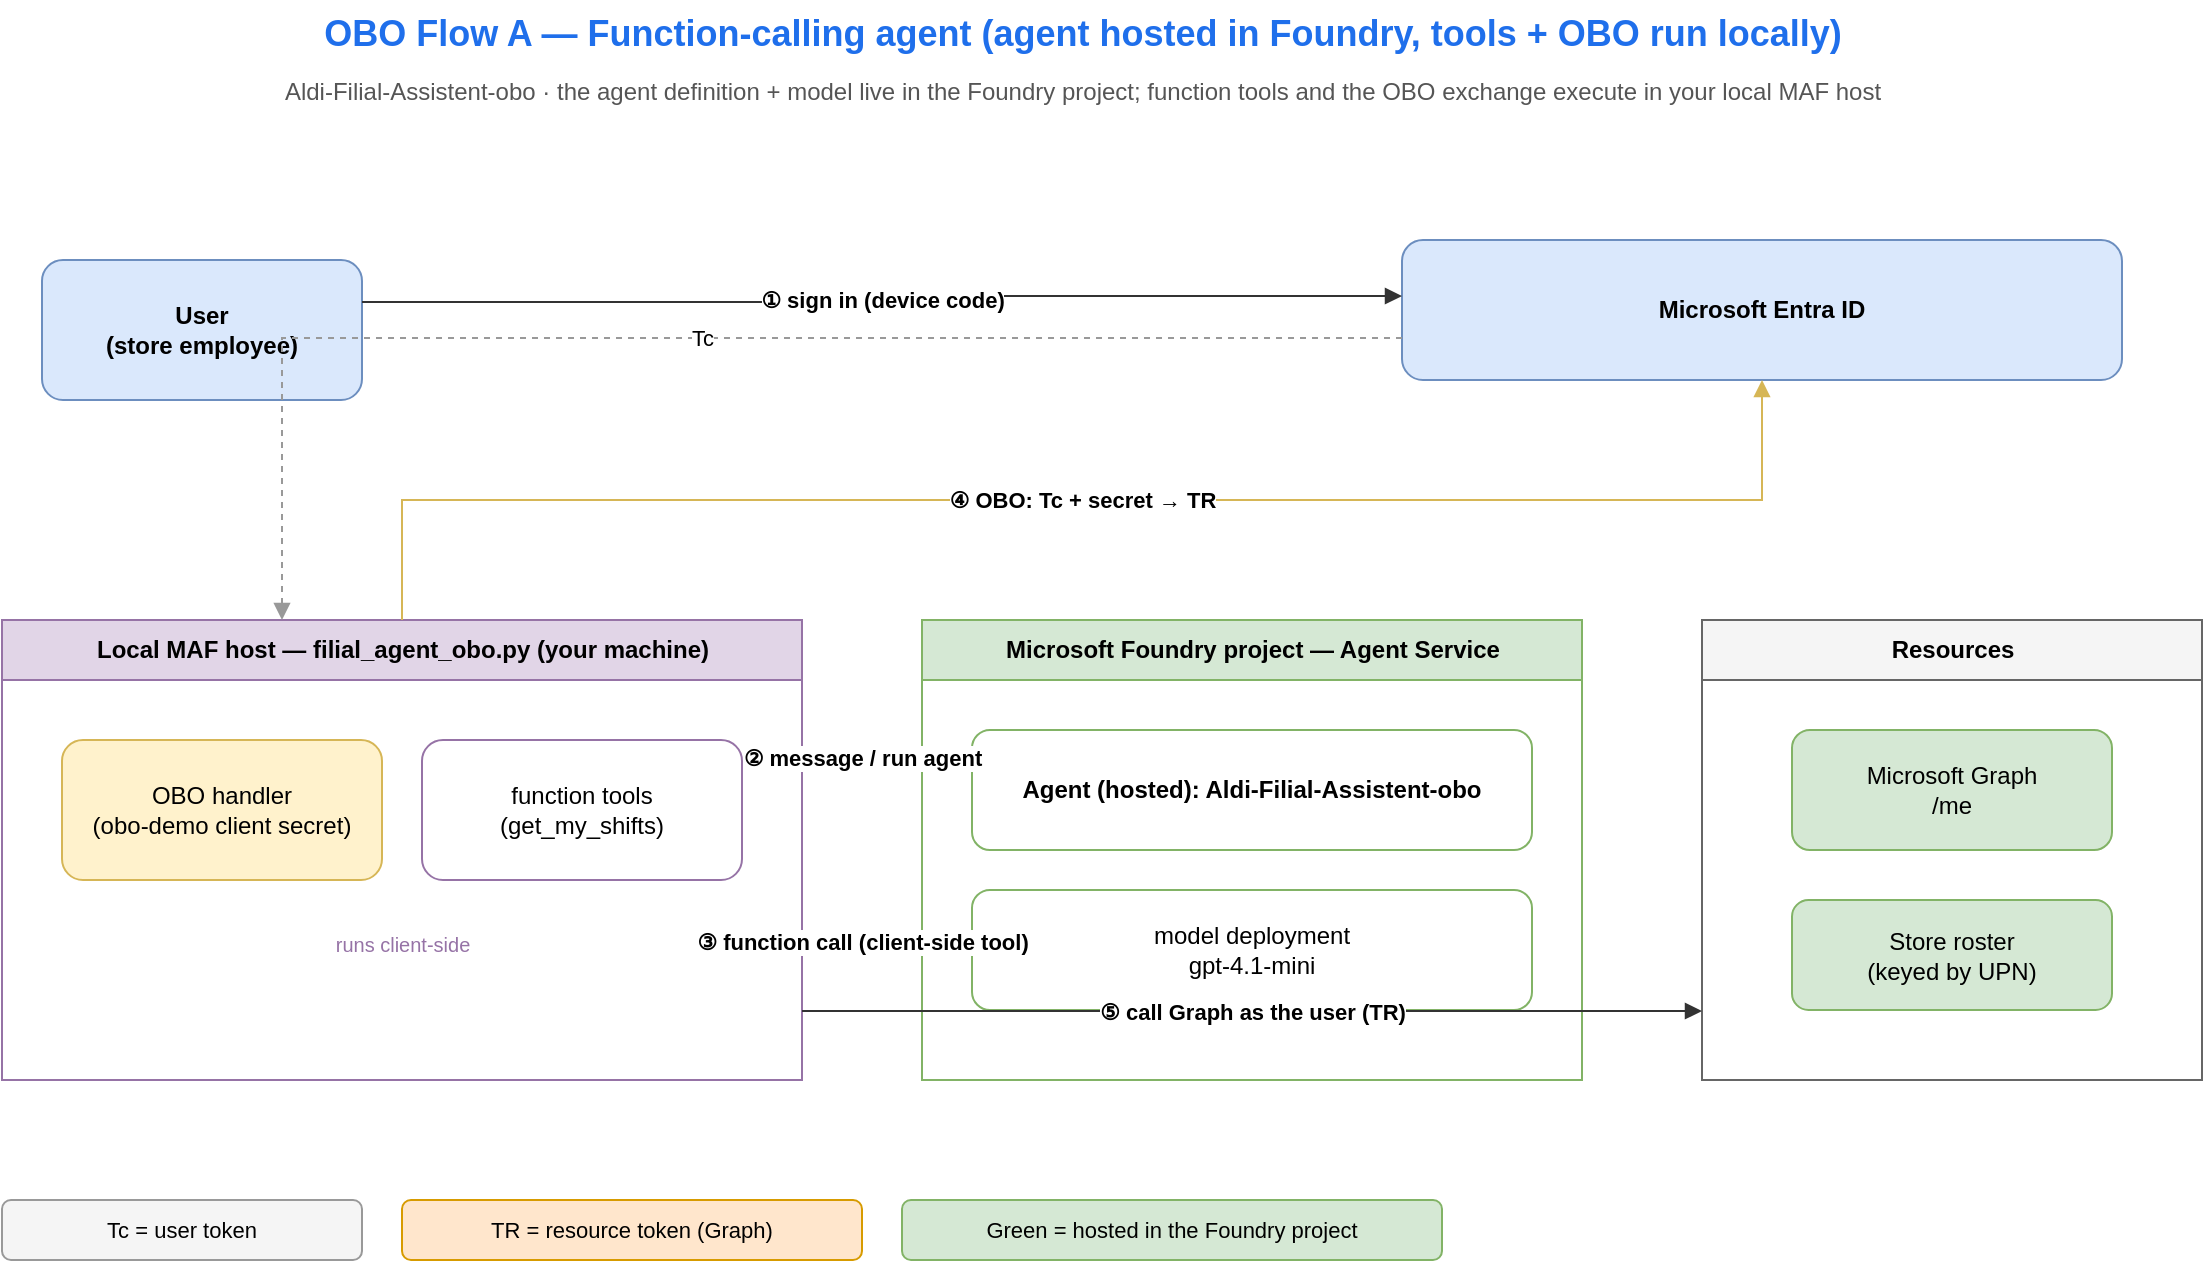
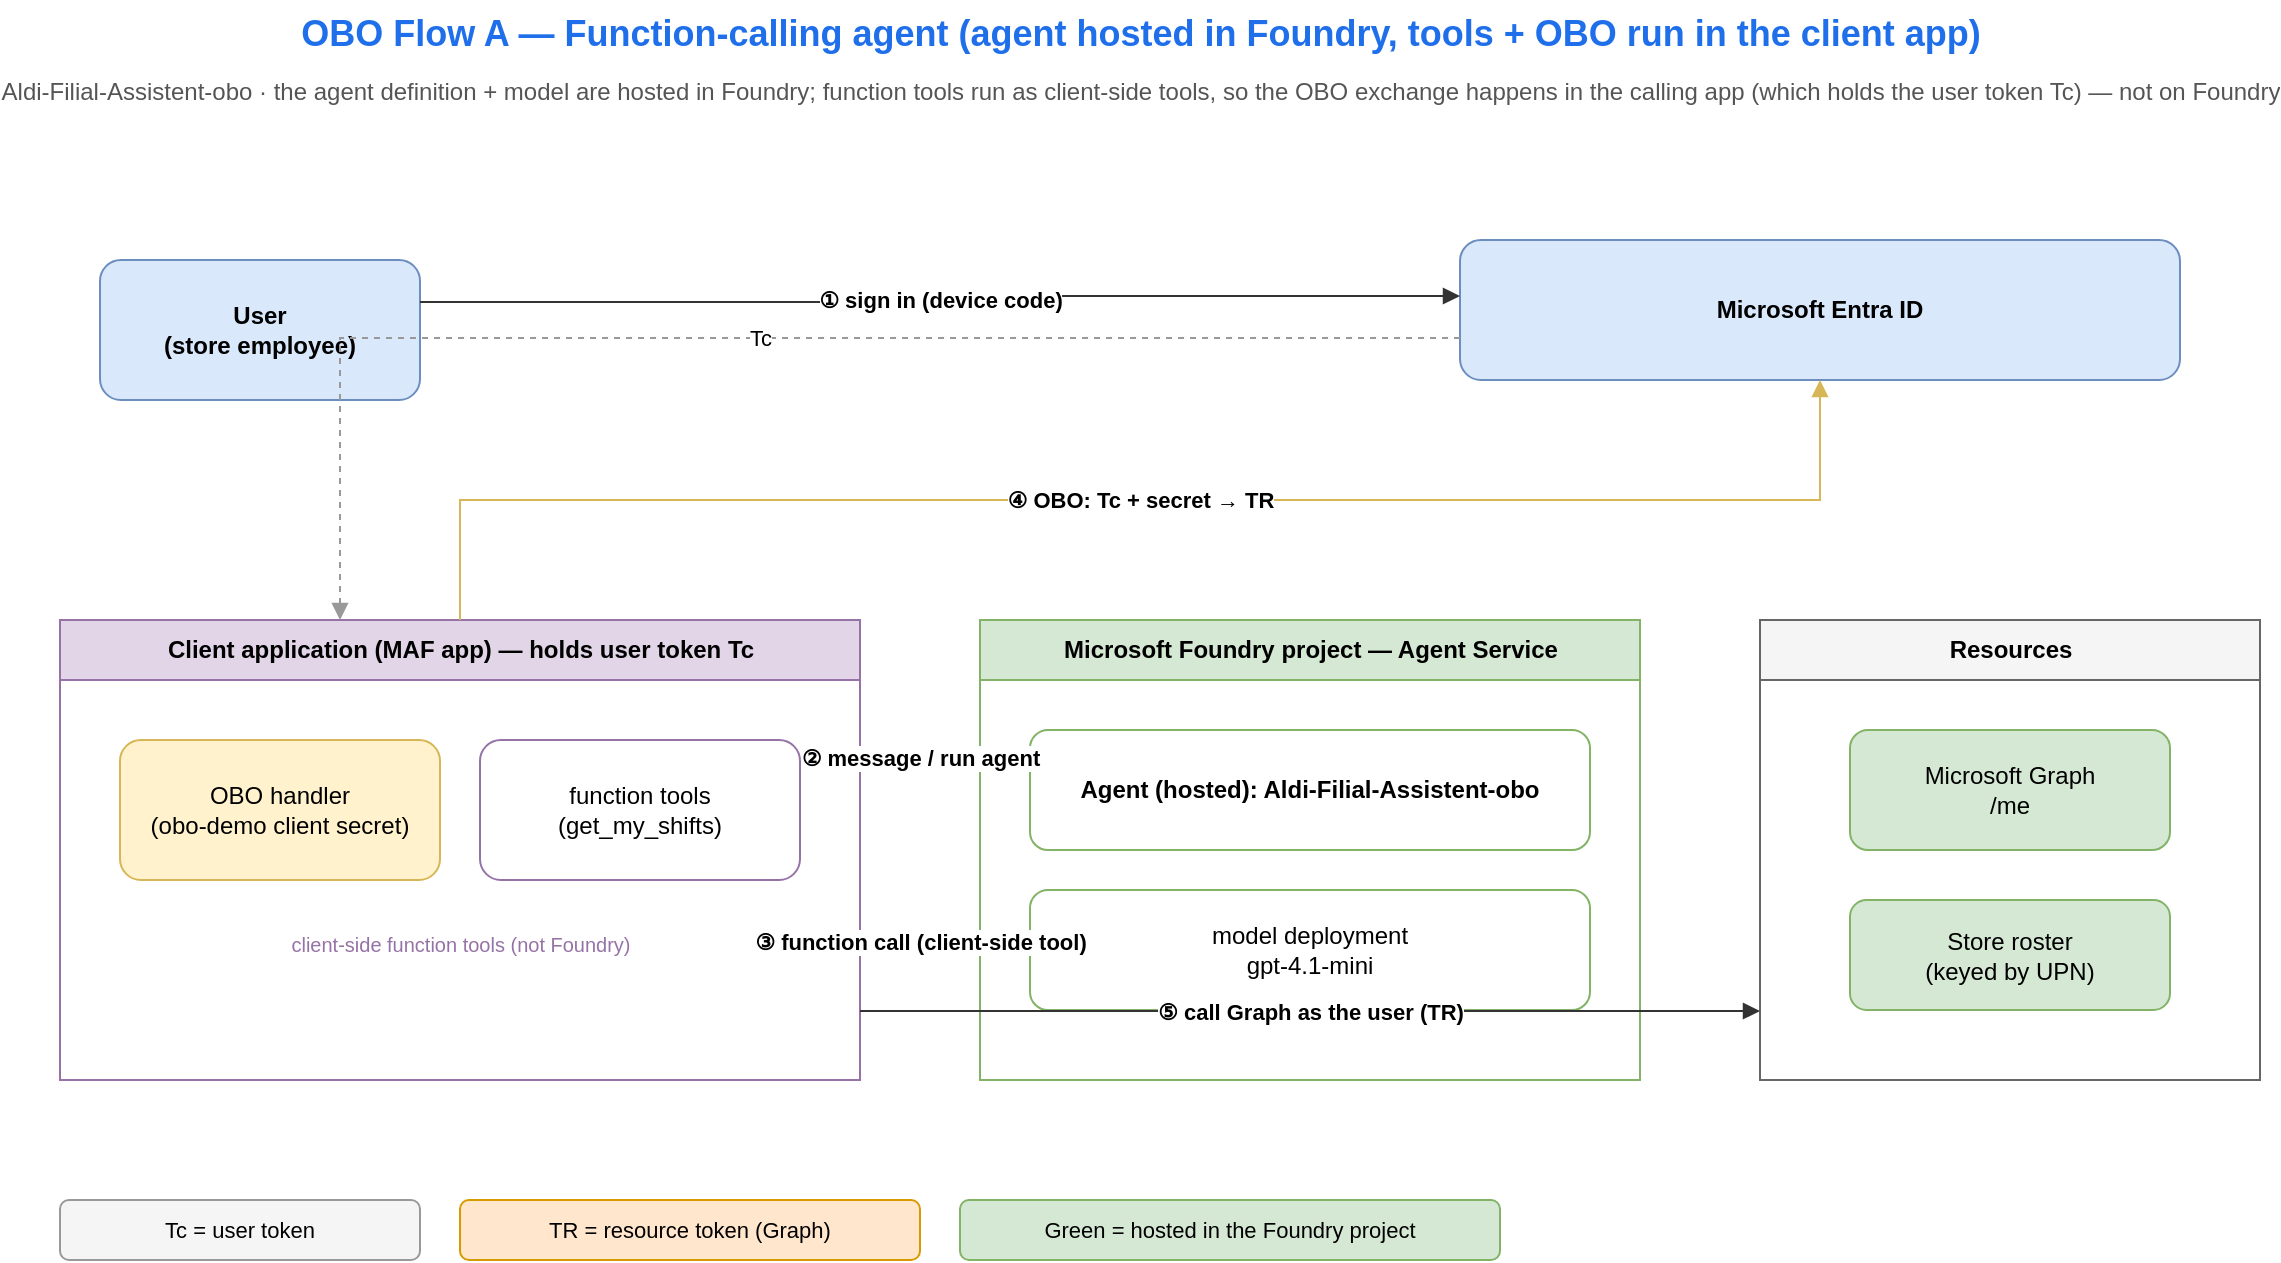
<mxfile host="Electron" version="26.0.0">
  <diagram id="flow-a" name="A - Function-calling OBO">
    <mxGraphModel dx="1422" dy="762" grid="1" gridSize="10" guides="1" tooltips="1" connect="1" arrows="1" fold="1" page="1" pageScale="1" pageWidth="1200" pageHeight="800" math="0" shadow="0">
      <root>
        <mxCell id="0" />
        <mxCell id="1" parent="0" />
-         <mxCell id="a_title" value="OBO Flow A &#8212; Function-calling agent (agent hosted in Foundry, tools + OBO run locally)" style="text;html=1;strokeColor=none;fillColor=none;align=center;fontSize=18;fontStyle=1;fontColor=#1f6feb;" vertex="1" parent="1">
+         <mxCell id="a_title" value="OBO Flow A &#8212; Function-calling agent (agent hosted in Foundry, tools + OBO run in the client app)" style="text;html=1;strokeColor=none;fillColor=none;align=center;fontSize=18;fontStyle=1;fontColor=#1f6feb;" vertex="1" parent="1">
          <mxGeometry x="120" y="20" width="960" height="30" as="geometry" />
        </mxCell>
-         <mxCell id="a_sub" value="Aldi-Filial-Assistent-obo &#183; the agent definition + model live in the Foundry project; function tools and the OBO exchange execute in your local MAF host" style="text;html=1;strokeColor=none;fillColor=none;align=center;fontSize=12;fontColor=#555555;" vertex="1" parent="1">
-           <mxGeometry x="120" y="52" width="960" height="24" as="geometry" />
+         <mxCell id="a_sub" value="Aldi-Filial-Assistent-obo &#183; the agent definition + model are hosted in Foundry; function tools run as client-side tools, so the OBO exchange happens in the calling app (which holds the user token Tc) &#8212; not on Foundry" style="text;html=1;strokeColor=none;fillColor=none;align=center;fontSize=12;fontColor=#555555;" vertex="1" parent="1">
+           <mxGeometry x="100" y="52" width="1000" height="24" as="geometry" />
        </mxCell>
        <mxCell id="a_user" value="User&#10;(store employee)" style="rounded=1;whiteSpace=wrap;html=1;fillColor=#dae8fc;strokeColor=#6c8ebf;fontStyle=1;" vertex="1" parent="1">
          <mxGeometry x="80" y="150" width="160" height="70" as="geometry" />
        </mxCell>
        <mxCell id="a_entra" value="Microsoft Entra ID" style="rounded=1;whiteSpace=wrap;html=1;fillColor=#dae8fc;strokeColor=#6c8ebf;fontStyle=1;" vertex="1" parent="1">
          <mxGeometry x="760" y="140" width="360" height="70" as="geometry" />
        </mxCell>
-         <mxCell id="a_host" value="Local MAF host &#8212; filial_agent_obo.py (your machine)" style="swimlane;startSize=30;html=1;fillColor=#e1d5e7;strokeColor=#9673a6;fontStyle=1;" vertex="1" parent="1">
+         <mxCell id="a_host" value="Client application (MAF app) &#8212; holds user token Tc" style="swimlane;startSize=30;html=1;fillColor=#e1d5e7;strokeColor=#9673a6;fontStyle=1;" vertex="1" parent="1">
          <mxGeometry x="60" y="330" width="400" height="230" as="geometry" />
        </mxCell>
        <mxCell id="a_obo" value="OBO handler&#10;(obo-demo client secret)" style="rounded=1;whiteSpace=wrap;html=1;fillColor=#fff2cc;strokeColor=#d6b656;" vertex="1" parent="a_host">
          <mxGeometry x="30" y="60" width="160" height="70" as="geometry" />
        </mxCell>
        <mxCell id="a_tools" value="function tools&#10;(get_my_shifts)" style="rounded=1;whiteSpace=wrap;html=1;fillColor=#ffffff;strokeColor=#9673a6;" vertex="1" parent="a_host">
          <mxGeometry x="210" y="60" width="160" height="70" as="geometry" />
        </mxCell>
-         <mxCell id="a_hostnote" value="runs client-side" style="text;html=1;align=center;fontSize=10;fontColor=#9673a6;fillColor=none;strokeColor=none;" vertex="1" parent="a_host">
+         <mxCell id="a_hostnote" value="client-side function tools (not Foundry)" style="text;html=1;align=center;fontSize=10;fontColor=#9673a6;fillColor=none;strokeColor=none;" vertex="1" parent="a_host">
          <mxGeometry x="120" y="150" width="160" height="20" as="geometry" />
        </mxCell>
        <mxCell id="a_foundry" value="Microsoft Foundry project &#8212; Agent Service" style="swimlane;startSize=30;html=1;fillColor=#d5e8d4;strokeColor=#82b366;fontStyle=1;" vertex="1" parent="1">
          <mxGeometry x="520" y="330" width="330" height="230" as="geometry" />
        </mxCell>
        <mxCell id="a_agentdef" value="Agent (hosted): Aldi-Filial-Assistent-obo" style="rounded=1;whiteSpace=wrap;html=1;fillColor=#ffffff;strokeColor=#82b366;fontStyle=1;" vertex="1" parent="a_foundry">
          <mxGeometry x="25" y="55" width="280" height="60" as="geometry" />
        </mxCell>
        <mxCell id="a_model" value="model deployment&#10;gpt-4.1-mini" style="rounded=1;whiteSpace=wrap;html=1;fillColor=#ffffff;strokeColor=#82b366;" vertex="1" parent="a_foundry">
          <mxGeometry x="25" y="135" width="280" height="60" as="geometry" />
        </mxCell>
        <mxCell id="a_res" value="Resources" style="swimlane;startSize=30;html=1;fillColor=#f5f5f5;strokeColor=#666666;fontStyle=1;" vertex="1" parent="1">
          <mxGeometry x="910" y="330" width="250" height="230" as="geometry" />
        </mxCell>
        <mxCell id="a_graph" value="Microsoft Graph&#10;/me" style="rounded=1;whiteSpace=wrap;html=1;fillColor=#d5e8d4;strokeColor=#82b366;" vertex="1" parent="a_res">
          <mxGeometry x="45" y="55" width="160" height="60" as="geometry" />
        </mxCell>
        <mxCell id="a_roster" value="Store roster&#10;(keyed by UPN)" style="rounded=1;whiteSpace=wrap;html=1;fillColor=#d5e8d4;strokeColor=#82b366;" vertex="1" parent="a_res">
          <mxGeometry x="45" y="140" width="160" height="55" as="geometry" />
        </mxCell>
        <mxCell id="a_e1" value="&#9312; sign in (device code)" style="edgeStyle=orthogonalEdgeStyle;rounded=0;html=1;endArrow=block;strokeColor=#333333;fontSize=11;fontStyle=1;exitX=1;exitY=0.3;entryX=0;entryY=0.4;" edge="1" parent="1" source="a_user" target="a_entra">
          <mxGeometry relative="1" as="geometry" />
        </mxCell>
        <mxCell id="a_eTc" value="Tc" style="edgeStyle=orthogonalEdgeStyle;rounded=0;html=1;endArrow=block;dashed=1;strokeColor=#999999;fontSize=11;exitX=0;exitY=0.7;entryX=0.35;entryY=0;" edge="1" parent="1" source="a_entra" target="a_host">
          <mxGeometry relative="1" as="geometry" />
        </mxCell>
        <mxCell id="a_e2" value="&#9313; message / run agent" style="edgeStyle=orthogonalEdgeStyle;rounded=0;html=1;endArrow=block;strokeColor=#333333;fontSize=11;fontStyle=1;exitX=1;exitY=0.3;entryX=0;entryY=0.3;" edge="1" parent="1" source="a_host" target="a_foundry">
          <mxGeometry relative="1" as="geometry" />
        </mxCell>
        <mxCell id="a_e3" value="&#9314; function call (client-side tool)" style="edgeStyle=orthogonalEdgeStyle;rounded=0;html=1;endArrow=block;dashed=1;strokeColor=#82b366;fontSize=11;fontStyle=1;exitX=0;exitY=0.7;entryX=1;entryY=0.7;" edge="1" parent="1" source="a_foundry" target="a_host">
          <mxGeometry relative="1" as="geometry" />
        </mxCell>
        <mxCell id="a_e4" value="&#9315; OBO: Tc + secret &#8594; TR" style="edgeStyle=orthogonalEdgeStyle;rounded=0;html=1;endArrow=block;strokeColor=#d6b656;fontSize=11;fontStyle=1;exitX=0.5;exitY=0;entryX=0.5;entryY=1;" edge="1" parent="1" source="a_host" target="a_entra">
          <mxGeometry relative="1" as="geometry" />
        </mxCell>
        <mxCell id="a_e5" value="&#9316; call Graph as the user (TR)" style="edgeStyle=orthogonalEdgeStyle;rounded=0;html=1;endArrow=block;strokeColor=#333333;fontSize=11;fontStyle=1;exitX=1;exitY=0.85;entryX=0;entryY=0.85;" edge="1" parent="1" source="a_host" target="a_res">
          <mxGeometry relative="1" as="geometry" />
        </mxCell>
        <mxCell id="a_lc" value="Tc = user token" style="rounded=1;whiteSpace=wrap;html=1;fillColor=#f5f5f5;strokeColor=#999999;fontSize=11;" vertex="1" parent="1">
          <mxGeometry x="60" y="620" width="180" height="30" as="geometry" />
        </mxCell>
        <mxCell id="a_lr" value="TR = resource token (Graph)" style="rounded=1;whiteSpace=wrap;html=1;fillColor=#ffe6cc;strokeColor=#d79b00;fontSize=11;" vertex="1" parent="1">
          <mxGeometry x="260" y="620" width="230" height="30" as="geometry" />
        </mxCell>
        <mxCell id="a_lf" value="Green = hosted in the Foundry project" style="rounded=1;whiteSpace=wrap;html=1;fillColor=#d5e8d4;strokeColor=#82b366;fontSize=11;" vertex="1" parent="1">
          <mxGeometry x="510" y="620" width="270" height="30" as="geometry" />
        </mxCell>
      </root>
    </mxGraphModel>
  </diagram>
  <diagram id="flow-b" name="B - Custom MCP OBO">
    <mxGraphModel dx="1422" dy="762" grid="1" gridSize="10" guides="1" tooltips="1" connect="1" arrows="1" fold="1" page="1" pageScale="1" pageWidth="1200" pageHeight="800" math="0" shadow="0">
      <root>
        <mxCell id="0" />
        <mxCell id="1" parent="0" />
        <mxCell id="b_title" value="OBO Flow B &#8212; Custom MCP agent (agent hosted in Foundry, Foundry-managed passthrough)" style="text;html=1;strokeColor=none;fillColor=none;align=center;fontSize=18;fontStyle=1;fontColor=#1f6feb;" vertex="1" parent="1">
          <mxGeometry x="120" y="20" width="960" height="30" as="geometry" />
        </mxCell>
        <mxCell id="b_sub" value="Aldi-Filial-Assistent-mcp &#183; agent, model, and OAuth passthrough all run in the Foundry project; the deployed MCP server performs the OBO exchange" style="text;html=1;strokeColor=none;fillColor=none;align=center;fontSize=12;fontColor=#555555;" vertex="1" parent="1">
          <mxGeometry x="120" y="52" width="960" height="24" as="geometry" />
        </mxCell>
        <mxCell id="b_user" value="User&#10;(store employee)&#10;foundry_mcp_client.py" style="rounded=1;whiteSpace=wrap;html=1;fillColor=#dae8fc;strokeColor=#6c8ebf;fontStyle=1;" vertex="1" parent="1">
          <mxGeometry x="60" y="150" width="170" height="80" as="geometry" />
        </mxCell>
        <mxCell id="b_entra" value="Microsoft Entra ID" style="rounded=1;whiteSpace=wrap;html=1;fillColor=#dae8fc;strokeColor=#6c8ebf;fontStyle=1;" vertex="1" parent="1">
          <mxGeometry x="740" y="140" width="360" height="70" as="geometry" />
        </mxCell>
        <mxCell id="b_foundry" value="Microsoft Foundry project &#8212; Agent Service" style="swimlane;startSize=30;html=1;fillColor=#d5e8d4;strokeColor=#82b366;fontStyle=1;" vertex="1" parent="1">
          <mxGeometry x="380" y="330" width="400" height="250" as="geometry" />
        </mxCell>
        <mxCell id="b_agentdef" value="Agent (hosted): Aldi-Filial-Assistent-mcp" style="rounded=1;whiteSpace=wrap;html=1;fillColor=#ffffff;strokeColor=#82b366;fontStyle=1;" vertex="1" parent="b_foundry">
          <mxGeometry x="30" y="50" width="340" height="50" as="geometry" />
        </mxCell>
        <mxCell id="b_model" value="model deployment&#10;gpt-4.1-mini" style="rounded=1;whiteSpace=wrap;html=1;fillColor=#ffffff;strokeColor=#82b366;" vertex="1" parent="b_foundry">
          <mxGeometry x="30" y="120" width="160" height="90" as="geometry" />
        </mxCell>
        <mxCell id="b_pass" value="OAuth passthrough&#10;(obo-demo Custom OAuth)" style="rounded=1;whiteSpace=wrap;html=1;fillColor=#fff2cc;strokeColor=#d6b656;" vertex="1" parent="b_foundry">
          <mxGeometry x="210" y="120" width="160" height="90" as="geometry" />
        </mxCell>
        <mxCell id="b_mcp" value="Aldi Store Ops MCP server&#10;Azure Container Apps&#10;(holds obo-demo secret)" style="rounded=1;whiteSpace=wrap;html=1;fillColor=#ffe6cc;strokeColor=#d79b00;fontStyle=1;" vertex="1" parent="1">
          <mxGeometry x="860" y="290" width="260" height="110" as="geometry" />
        </mxCell>
        <mxCell id="b_res" value="Resources" style="swimlane;startSize=30;html=1;fillColor=#f5f5f5;strokeColor=#666666;fontStyle=1;" vertex="1" parent="1">
          <mxGeometry x="880" y="440" width="240" height="150" as="geometry" />
        </mxCell>
        <mxCell id="b_graph" value="Microsoft Graph /me" style="rounded=1;whiteSpace=wrap;html=1;fillColor=#d5e8d4;strokeColor=#82b366;" vertex="1" parent="b_res">
          <mxGeometry x="35" y="40" width="170" height="45" as="geometry" />
        </mxCell>
        <mxCell id="b_roster" value="Store roster (per UPN)" style="rounded=1;whiteSpace=wrap;html=1;fillColor=#d5e8d4;strokeColor=#82b366;" vertex="1" parent="b_res">
          <mxGeometry x="35" y="95" width="170" height="45" as="geometry" />
        </mxCell>
        <mxCell id="b_e1" value="&#9312; sign in / consent" style="edgeStyle=orthogonalEdgeStyle;rounded=0;html=1;endArrow=block;strokeColor=#333333;fontSize=11;fontStyle=1;exitX=1;exitY=0.3;entryX=0;entryY=0.4;" edge="1" parent="1" source="b_user" target="b_entra">
          <mxGeometry relative="1" as="geometry" />
        </mxCell>
        <mxCell id="b_e2" value="&#9313; message" style="edgeStyle=orthogonalEdgeStyle;rounded=0;html=1;endArrow=block;strokeColor=#333333;fontSize=11;fontStyle=1;exitX=0.5;exitY=1;entryX=0;entryY=0.4;" edge="1" parent="1" source="b_user" target="b_foundry">
          <mxGeometry relative="1" as="geometry" />
        </mxCell>
        <mxCell id="b_e3" value="&#9314; passthrough obtains Tc" style="edgeStyle=orthogonalEdgeStyle;rounded=0;html=1;endArrow=block;strokeColor=#82b366;fontSize=11;fontStyle=1;exitX=0.5;exitY=0;entryX=0.5;entryY=1;" edge="1" parent="1" source="b_foundry" target="b_entra">
          <mxGeometry relative="1" as="geometry" />
        </mxCell>
        <mxCell id="b_e4" value="&#9315; MCP call + Tc" style="edgeStyle=orthogonalEdgeStyle;rounded=0;html=1;endArrow=block;strokeColor=#333333;fontSize=11;fontStyle=1;exitX=1;exitY=0.3;entryX=0;entryY=1;" edge="1" parent="1" source="b_foundry" target="b_mcp">
          <mxGeometry relative="1" as="geometry" />
        </mxCell>
        <mxCell id="b_e5" value="&#9316; OBO: Tc + secret &#8594; TR" style="edgeStyle=orthogonalEdgeStyle;rounded=0;html=1;endArrow=block;strokeColor=#d79b00;fontSize=11;fontStyle=1;exitX=0.5;exitY=0;entryX=0.9;entryY=1;" edge="1" parent="1" source="b_mcp" target="b_entra">
          <mxGeometry relative="1" as="geometry" />
        </mxCell>
        <mxCell id="b_e6" value="&#9317; call Graph as the user (TR)" style="edgeStyle=orthogonalEdgeStyle;rounded=0;html=1;endArrow=block;strokeColor=#333333;fontSize=11;fontStyle=1;exitX=0.5;exitY=1;entryX=0.5;entryY=0;" edge="1" parent="1" source="b_mcp" target="b_res">
          <mxGeometry relative="1" as="geometry" />
        </mxCell>
        <mxCell id="b_lc" value="Tc = user token" style="rounded=1;whiteSpace=wrap;html=1;fillColor=#f5f5f5;strokeColor=#999999;fontSize=11;" vertex="1" parent="1">
          <mxGeometry x="60" y="630" width="170" height="30" as="geometry" />
        </mxCell>
        <mxCell id="b_lr" value="TR = resource token (Graph)" style="rounded=1;whiteSpace=wrap;html=1;fillColor=#ffe6cc;strokeColor=#d79b00;fontSize=11;" vertex="1" parent="1">
          <mxGeometry x="250" y="630" width="230" height="30" as="geometry" />
        </mxCell>
        <mxCell id="b_lf" value="Green = hosted in the Foundry project" style="rounded=1;whiteSpace=wrap;html=1;fillColor=#d5e8d4;strokeColor=#82b366;fontSize=11;" vertex="1" parent="1">
          <mxGeometry x="500" y="630" width="270" height="30" as="geometry" />
        </mxCell>
      </root>
    </mxGraphModel>
  </diagram>
</mxfile>
